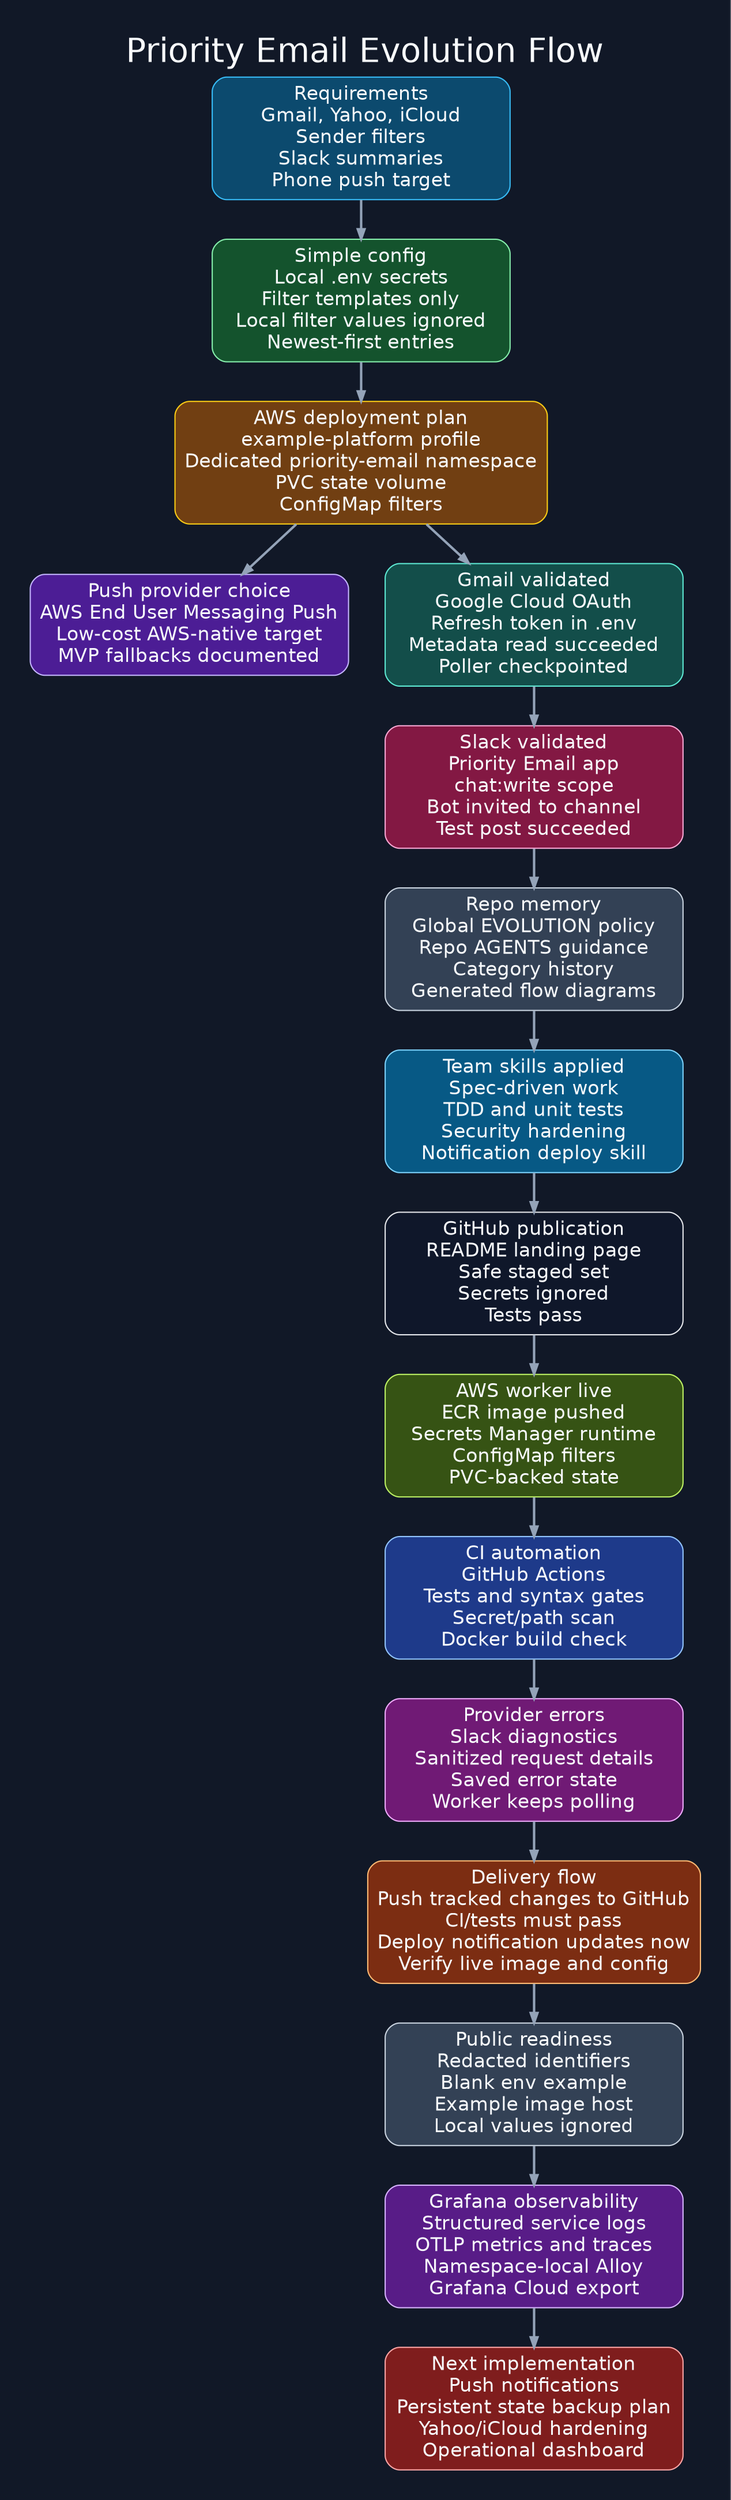
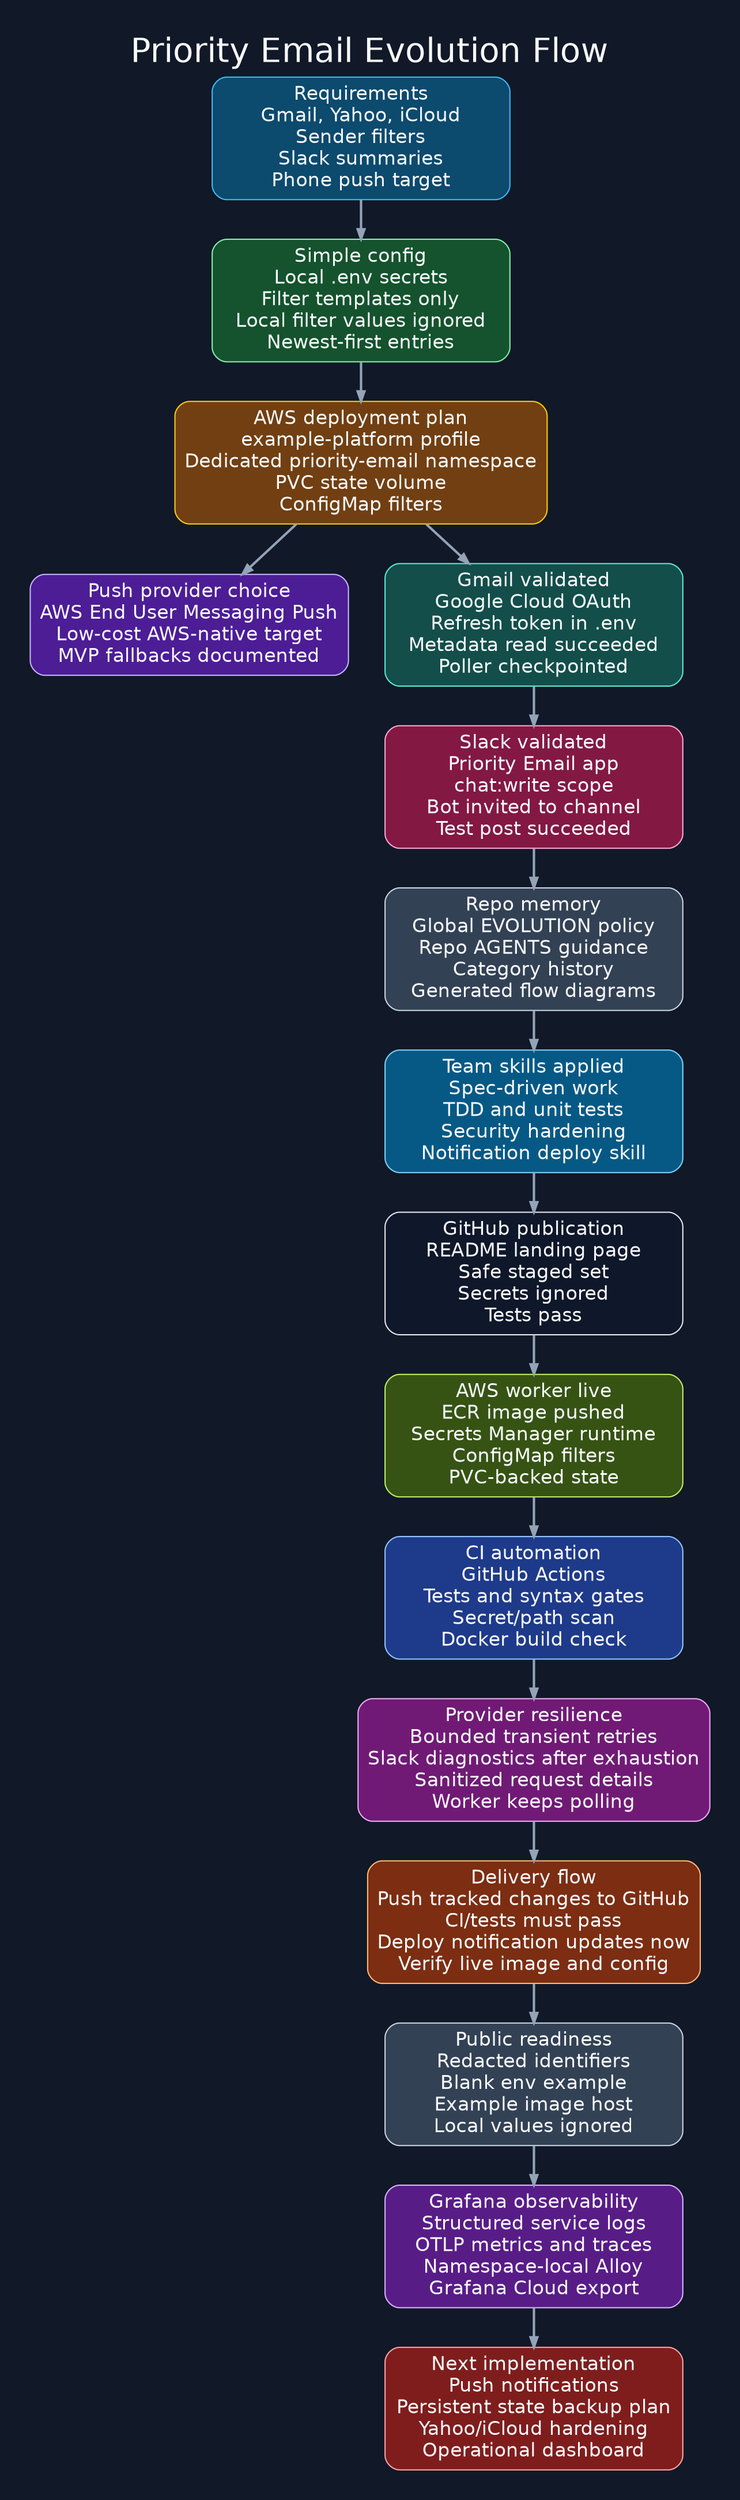
digraph priority_email_evolution_flow_dark {
  graph [
    rankdir=TB,
    bgcolor="#111827",
    pad="0.35",
    nodesep="0.42",
    ranksep="0.46",
    fontname="Helvetica",
    fontsize=28,
    fontcolor="#f8fafc",
    labelloc="t",
    label="Priority Email Evolution Flow"
  ];

  node [
    shape=box,
    style="rounded,filled",
    fontname="Helvetica",
    fontsize=16,
    margin="0.11,0.08",
    width=3.45,
    color="#cbd5e1",
    fontcolor="#f8fafc"
  ];

  edge [
    color="#94a3b8",
    arrowsize=0.8,
    penwidth=2,
    fontname="Helvetica",
    fontsize=12,
    fontcolor="#e5e7eb"
  ];

  requirements [
    label="Requirements\nGmail, Yahoo, iCloud\nSender filters\nSlack summaries\nPhone push target",
    fillcolor="#0c4a6e",
    color="#38bdf8"
  ];

  config [
    label="Simple config\nLocal .env secrets\nFilter templates only\nLocal filter values ignored\nNewest-first entries",
    fillcolor="#14532d",
    color="#86efac"
  ];

  deployment [
    label="AWS deployment plan\nexample-platform profile\nDedicated priority-email namespace\nPVC state volume\nConfigMap filters",
    fillcolor="#713f12",
    color="#facc15"
  ];

  push [
    label="Push provider choice\nAWS End User Messaging Push\nLow-cost AWS-native target\nMVP fallbacks documented",
    fillcolor="#4c1d95",
    color="#c4b5fd"
  ];

  gmail [
    label="Gmail validated\nGoogle Cloud OAuth\nRefresh token in .env\nMetadata read succeeded\nPoller checkpointed",
    fillcolor="#134e4a",
    color="#5eead4"
  ];

  slack [
    label="Slack validated\nPriority Email app\nchat:write scope\nBot invited to channel\nTest post succeeded",
    fillcolor="#831843",
    color="#f9a8d4"
  ];

  policy [
    label="Repo memory\nGlobal EVOLUTION policy\nRepo AGENTS guidance\nCategory history\nGenerated flow diagrams",
    fillcolor="#334155",
    color="#cbd5e1"
  ];

  quality [
    label="Team skills applied\nSpec-driven work\nTDD and unit tests\nSecurity hardening\nNotification deploy skill",
    fillcolor="#075985",
    color="#7dd3fc"
  ];

  github [
    label="GitHub publication\nREADME landing page\nSafe staged set\nSecrets ignored\nTests pass",
    fillcolor="#0f172a",
    color="#e5e7eb"
  ];

  aws_live [
    label="AWS worker live\nECR image pushed\nSecrets Manager runtime\nConfigMap filters\nPVC-backed state",
    fillcolor="#365314",
    color="#bef264"
  ];

  ci [
    label="CI automation\nGitHub Actions\nTests and syntax gates\nSecret/path scan\nDocker build check",
    fillcolor="#1e3a8a",
    color="#93c5fd"
  ];

  provider_errors [
-     label="Provider errors\nSlack diagnostics\nSanitized request details\nSaved error state\nWorker keeps polling",
+     label="Provider resilience\nBounded transient retries\nSlack diagnostics after exhaustion\nSanitized request details\nWorker keeps polling",
    fillcolor="#701a75",
    color="#f0abfc"
  ];

  delivery_flow [
    label="Delivery flow\nPush tracked changes to GitHub\nCI/tests must pass\nDeploy notification updates now\nVerify live image and config",
    fillcolor="#7c2d12",
    color="#fdba74"
  ];

  public_ready [
    label="Public readiness\nRedacted identifiers\nBlank env example\nExample image host\nLocal values ignored",
    fillcolor="#334155",
    color="#cbd5e1"
  ];

  observability [
    label="Grafana observability\nStructured service logs\nOTLP metrics and traces\nNamespace-local Alloy\nGrafana Cloud export",
    fillcolor="#581c87",
    color="#d8b4fe"
  ];

  next [
    label="Next implementation\nPush notifications\nPersistent state backup plan\nYahoo/iCloud hardening\nOperational dashboard",
    fillcolor="#7f1d1d",
    color="#fca5a5"
  ];

  requirements -> config;
  config -> deployment;
  deployment -> push;
  deployment -> gmail;
  gmail -> slack;
  slack -> policy;
  policy -> quality;
  quality -> github;
  github -> aws_live;
  aws_live -> ci;
  ci -> provider_errors;
  provider_errors -> delivery_flow;
  delivery_flow -> public_ready;
  public_ready -> observability;
  observability -> next;
}
